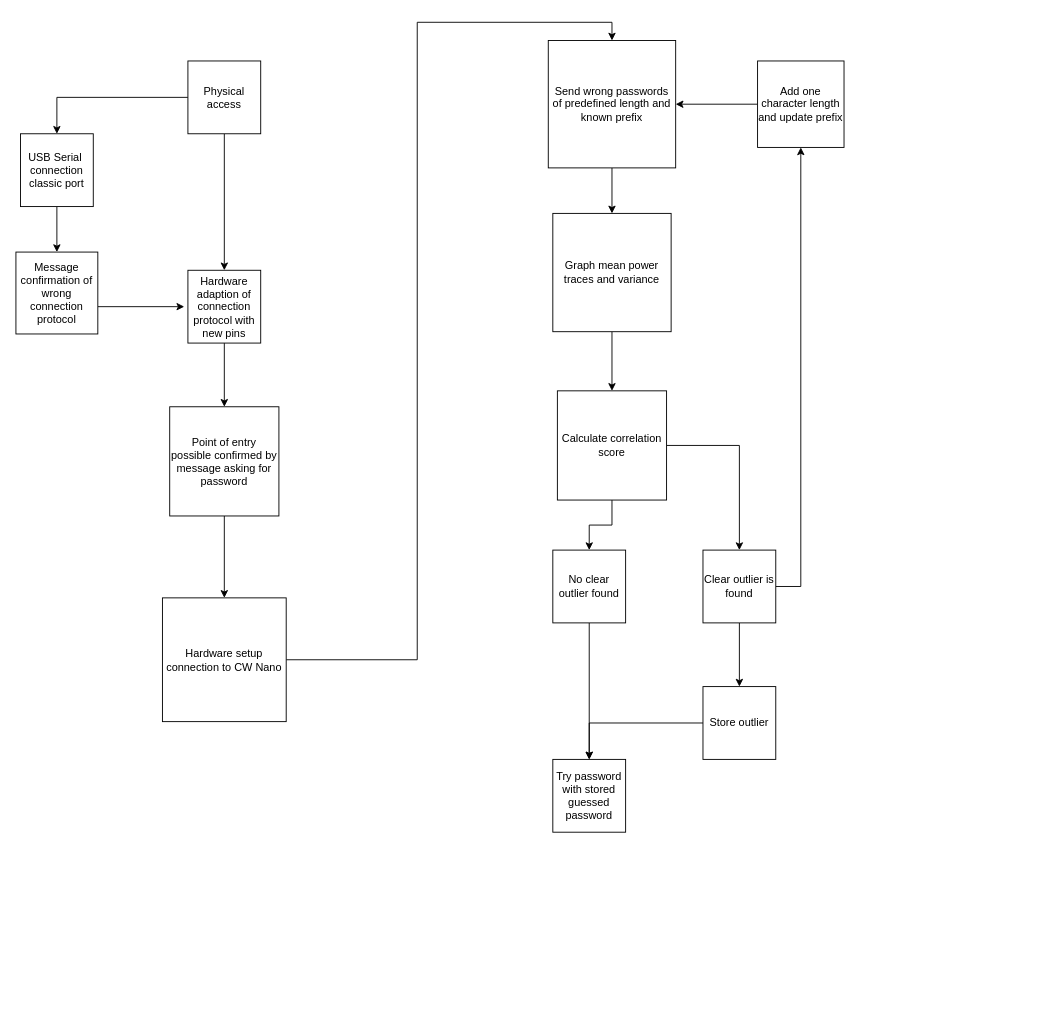
Before: Attack tree.drawio in BNoteris/Arduino_hardware_hacking, a draw.io diagram. Source tidied: cells renumbered, new cells numbered last; positions are measured from the earlier drawing's top-left corner, leaving out a move shared by most shapes. Both pictures are drawn from the tidied source at 91%, with x=0, y=0 at pixel (15, 40).
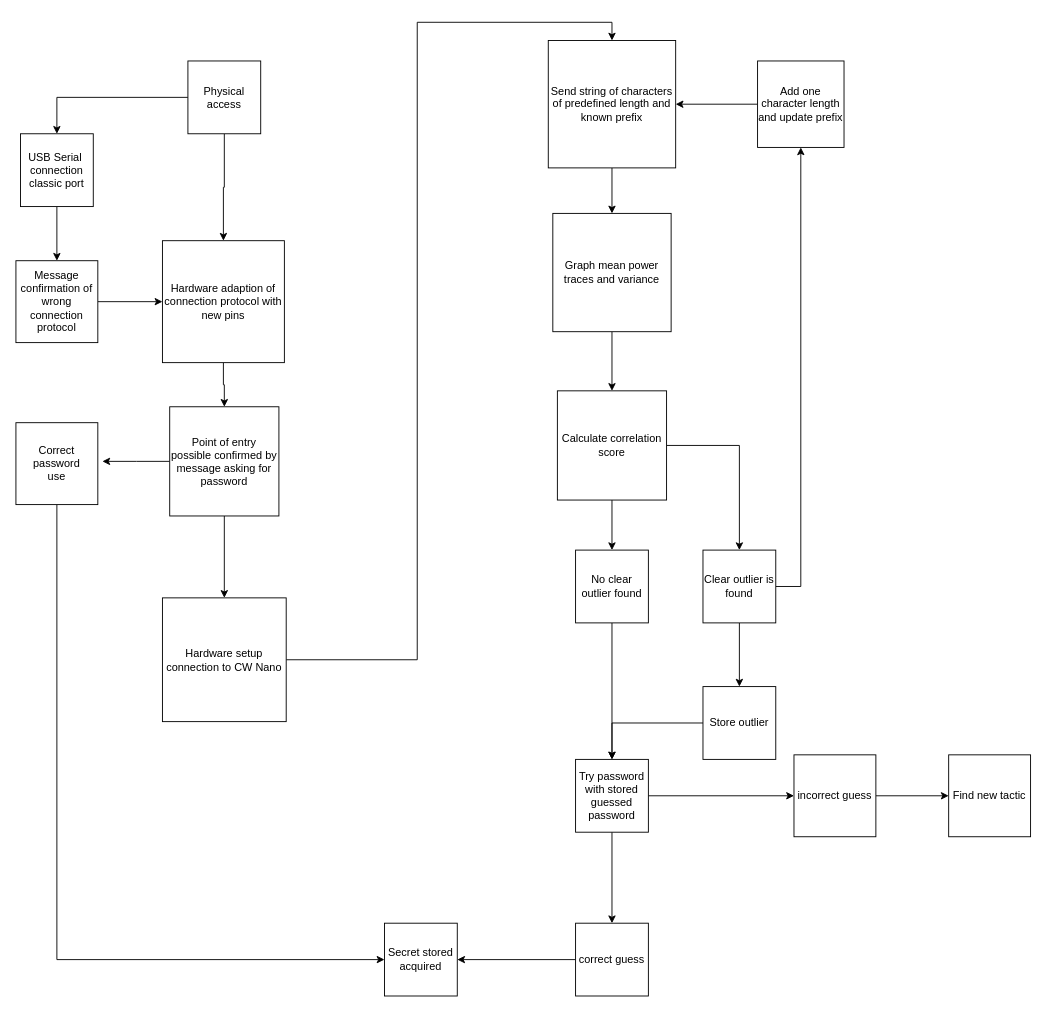
The same page after the edit.

Commit message:
Mettre à jour Attack tree.drawio

The change refers to these unchanged cells:
```xml
<mxCell id="10" value="Point of entry possible confirmed by message asking for password" style="whiteSpace=wrap;html=1;" parent="1" vertex="1">
  <mxGeometry x="169" y="402.5" width="120" height="120" as="geometry" />
</mxCell>
```

What changed in the source:
```diff
@@
     <mxCell id="6" value="Hardware adaption of connection protocol with new pins" style="whiteSpace=wrap;html=1;" parent="1" vertex="1">
-      <mxGeometry x="189" y="252.5" width="80" height="80" as="geometry" />
+      <mxGeometry x="161" y="220" width="134" height="134" as="geometry" />
     </mxCell>
-    <mxCell id="7" style="edgeStyle=orthogonalEdgeStyle;rounded=0;jettySize=auto;html=1;" parent="1" edge="1" source="8">
-      <mxGeometry relative="1" as="geometry">
-        <mxPoint x="185" y="292.5" as="targetPoint" />
-        <Array as="points">
-          <mxPoint x="185" y="292.5" />
-        </Array>
-      </mxGeometry>
-    </mxCell>
+    <mxCell id="32" style="edgeStyle=orthogonalEdgeStyle;rounded=0;jettySize=auto;html=1;entryX=0;entryY=0.5;entryDx=0;entryDy=0;" parent="1" edge="1" source="8" target="6">
+      <mxGeometry relative="1" as="geometry" />
+    </mxCell>
     <mxCell id="8" value="Message confirmation of wrong connection protocol" style="whiteSpace=wrap;html=1;" parent="1" vertex="1">
-      <mxGeometry y="232.5" width="90" height="90" as="geometry" />
+      <mxGeometry y="242" width="90" height="90" as="geometry" />
     </mxCell>
@@
+    <mxCell id="33" style="edgeStyle=orthogonalEdgeStyle;rounded=0;jettySize=auto;html=1;" parent="1" edge="1" source="10">
+      <mxGeometry relative="1" as="geometry">
+        <mxPoint x="95" y="462.5" as="targetPoint" />
+      </mxGeometry>
+    </mxCell>
@@
-    <mxCell id="16" value="Send wrong passwords of predefined length and known prefix" style="whiteSpace=wrap;html=1;" parent="1" vertex="1">
+    <mxCell id="16" value="Send string of characters of predefined length and known prefix" style="whiteSpace=wrap;html=1;" parent="1" vertex="1">
       <mxGeometry x="585" width="140" height="140" as="geometry" />
     </mxCell>
@@
     <mxCell id="30" value="No clear outlier found" style="whiteSpace=wrap;html=1;" parent="1" vertex="1">
-      <mxGeometry x="590" y="560" width="80" height="80" as="geometry" />
+      <mxGeometry x="615" y="560" width="80" height="80" as="geometry" />
     </mxCell>
+    <mxCell id="34" style="edgeStyle=orthogonalEdgeStyle;rounded=0;jettySize=auto;html=1;" parent="1" edge="1" source="31" target="40">
+      <mxGeometry relative="1" as="geometry" />
+    </mxCell>
+    <mxCell id="35" style="edgeStyle=orthogonalEdgeStyle;rounded=0;jettySize=auto;html=1;entryX=0;entryY=0.5;entryDx=0;entryDy=0;" parent="1" edge="1" source="31" target="42">
+      <mxGeometry relative="1" as="geometry" />
+    </mxCell>
     <mxCell id="31" value="Try password with stored guessed password" style="whiteSpace=wrap;html=1;" parent="1" vertex="1">
-      <mxGeometry x="590" y="790" width="80" height="80" as="geometry" />
+      <mxGeometry x="615" y="790" width="80" height="80" as="geometry" />
     </mxCell>
+    <mxCell id="36" style="edgeStyle=orthogonalEdgeStyle;rounded=0;jettySize=auto;html=1;entryX=0;entryY=0.5;entryDx=0;entryDy=0;exitX=0.5;exitY=1;exitDx=0;exitDy=0;" parent="1" edge="1" source="37" target="38">
+      <mxGeometry relative="1" as="geometry">
+        <Array as="points">
+          <mxPoint x="45" y="1010" />
+        </Array>
+      </mxGeometry>
+    </mxCell>
+    <mxCell id="37" value="Correct password&lt;div&gt;use&lt;/div&gt;" style="whiteSpace=wrap;html=1;" parent="1" vertex="1">
+      <mxGeometry y="420" width="90" height="90" as="geometry" />
+    </mxCell>
+    <mxCell id="38" value="Secret stored acquired" style="whiteSpace=wrap;html=1;" parent="1" vertex="1">
+      <mxGeometry x="405" y="970" width="80" height="80" as="geometry" />
+    </mxCell>
+    <mxCell id="39" style="edgeStyle=orthogonalEdgeStyle;rounded=0;jettySize=auto;html=1;entryX=1;entryY=0.5;entryDx=0;entryDy=0;" parent="1" edge="1" source="40" target="38">
+      <mxGeometry relative="1" as="geometry" />
+    </mxCell>
+    <mxCell id="40" value="correct guess" style="whiteSpace=wrap;html=1;" parent="1" vertex="1">
+      <mxGeometry x="615" y="970" width="80" height="80" as="geometry" />
+    </mxCell>
+    <mxCell id="41" style="edgeStyle=orthogonalEdgeStyle;rounded=0;jettySize=auto;html=1;entryX=0;entryY=0.5;entryDx=0;entryDy=0;" parent="1" edge="1" source="42" target="43">
+      <mxGeometry relative="1" as="geometry" />
+    </mxCell>
+    <mxCell id="42" value="incorrect guess" style="whiteSpace=wrap;html=1;" parent="1" vertex="1">
+      <mxGeometry x="855" y="785" width="90" height="90" as="geometry" />
+    </mxCell>
+    <mxCell id="43" value="Find new tactic" style="whiteSpace=wrap;html=1;" parent="1" vertex="1">
+      <mxGeometry x="1025" y="785" width="90" height="90" as="geometry" />
+    </mxCell>
```
